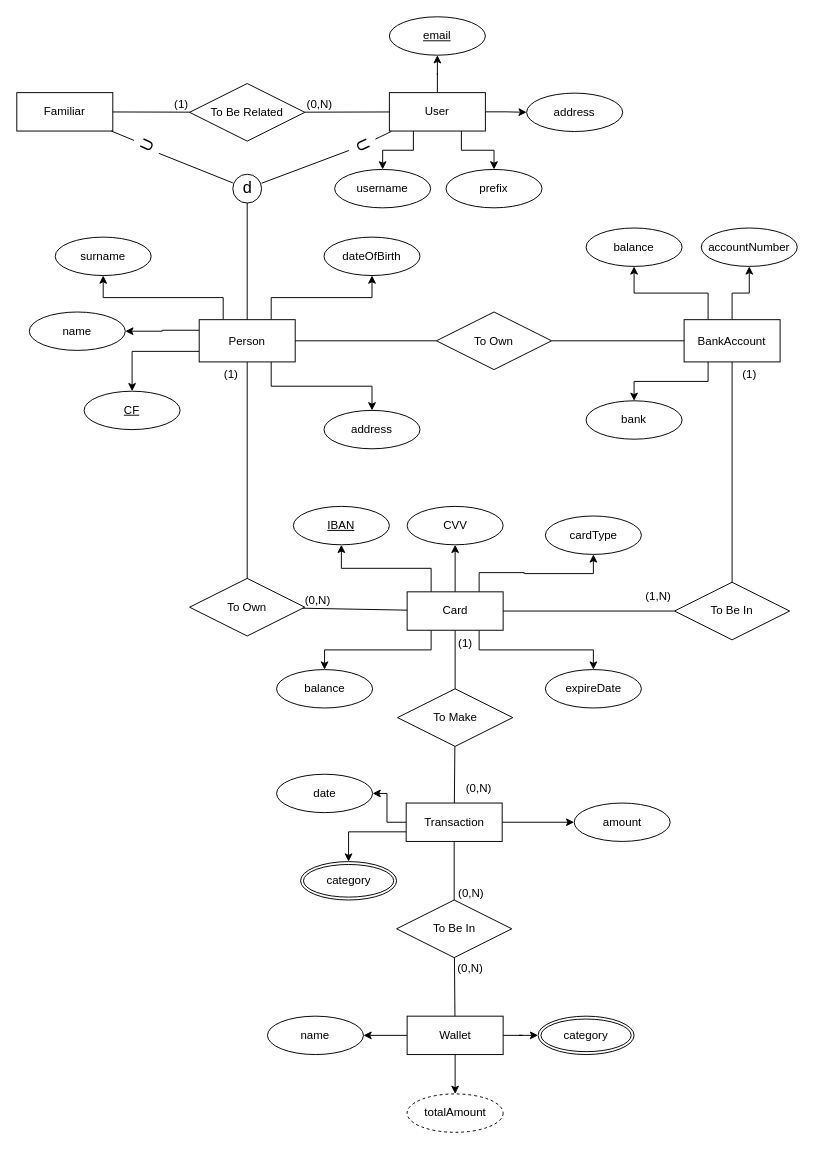
The draw.io diagram Database/Documentation/ERdiagram.drawio in Franwik/SavingMoneyUnina, before the edit. Source tidied: cells renumbered, new cells numbered last; positions are measured from the earlier drawing's top-left corner, leaving out a move shared by most shapes. Both pictures are drawn from the tidied source at 96%, with x=0, y=0 at pixel (16, 16).
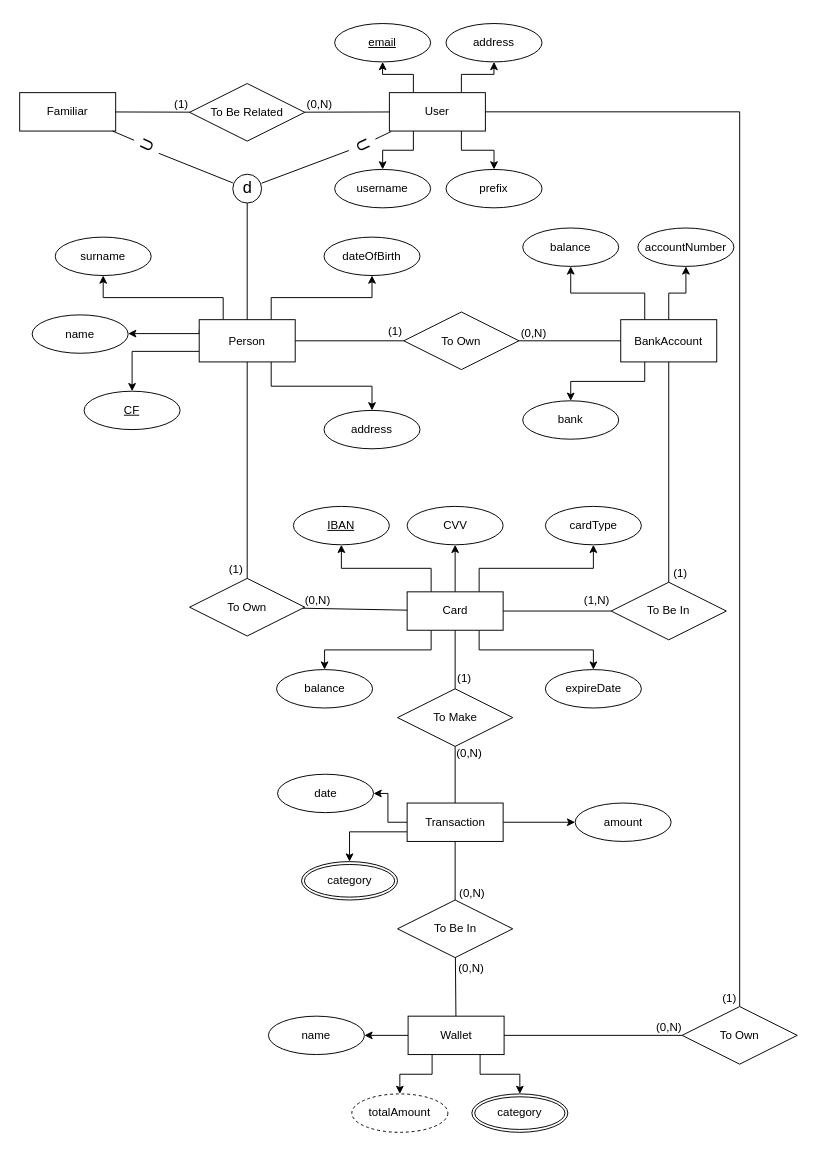
After the change.

The change refers to these unchanged cells:
```xml
<mxCell id="20" value="User" style="whiteSpace=wrap;html=1;align=center;" parent="1" vertex="1">
  <mxGeometry x="388.1" y="79" width="100" height="40" as="geometry" />
</mxCell>
<mxCell id="26" value="Person" style="whiteSpace=wrap;html=1;align=center;" parent="1" vertex="1">
  <mxGeometry x="190" y="315.5" width="100" height="44" as="geometry" />
</mxCell>
```

The edit, as a diff of the source:
```diff
@@
     <mxCell id="5" value="Transaction" style="whiteSpace=wrap;html=1;align=center;" parent="1" vertex="1">
-      <mxGeometry x="405.6" y="819" width="100" height="40" as="geometry" />
+      <mxGeometry x="406.6" y="819" width="100" height="40" as="geometry" />
     </mxCell>
@@
-    <mxCell id="7" style="edgeStyle=orthogonalEdgeStyle;rounded=0;jettySize=auto;html=1;exitX=0.5;exitY=1;exitDx=0;exitDy=0;" parent="1" edge="1" source="9" target="57">
+    <mxCell id="7" style="edgeStyle=orthogonalEdgeStyle;rounded=0;jettySize=auto;html=1;exitX=0.25;exitY=1;exitDx=0;exitDy=0;" parent="1" edge="1" source="9" target="57">
       <mxGeometry relative="1" as="geometry" />
     </mxCell>
-    <mxCell id="8" style="edgeStyle=orthogonalEdgeStyle;rounded=0;jettySize=auto;html=1;exitX=1;exitY=0.5;exitDx=0;exitDy=0;" parent="1" edge="1" source="9" target="61">
+    <mxCell id="8" style="edgeStyle=orthogonalEdgeStyle;rounded=0;jettySize=auto;html=1;exitX=0.75;exitY=1;exitDx=0;exitDy=0;" parent="1" edge="1" source="9" target="61">
       <mxGeometry relative="1" as="geometry" />
     </mxCell>
     <mxCell id="9" value="Wallet" style="whiteSpace=wrap;html=1;align=center;" parent="1" vertex="1">
-      <mxGeometry x="406.6" y="1041" width="100" height="40" as="geometry" />
+      <mxGeometry x="407.6" y="1041" width="100" height="40" as="geometry" />
     </mxCell>
@@
-    <mxCell id="18" style="edgeStyle=orthogonalEdgeStyle;rounded=0;jettySize=auto;html=1;exitX=0.5;exitY=0;exitDx=0;exitDy=0;" parent="1" edge="1" source="20" target="46">
-      <mxGeometry relative="1" as="geometry" />
+    <mxCell id="18" style="edgeStyle=orthogonalEdgeStyle;rounded=0;jettySize=auto;html=1;exitX=0.25;exitY=0;exitDx=0;exitDy=0;" parent="1" edge="1" source="20" target="46">
+      <mxGeometry relative="1" as="geometry">
+        <Array as="points">
+          <mxPoint x="413" y="60" />
+          <mxPoint x="381" y="60" />
+        </Array>
+      </mxGeometry>
     </mxCell>
-    <mxCell id="19" style="edgeStyle=orthogonalEdgeStyle;rounded=0;jettySize=auto;html=1;exitX=1;exitY=0.5;exitDx=0;exitDy=0;" parent="1" edge="1" source="20" target="68">
-      <mxGeometry relative="1" as="geometry" />
+    <mxCell id="19" style="edgeStyle=orthogonalEdgeStyle;rounded=0;jettySize=auto;html=1;exitX=0.75;exitY=0;exitDx=0;exitDy=0;" parent="1" edge="1" source="20" target="68">
+      <mxGeometry relative="1" as="geometry">
+        <Array as="points">
+          <mxPoint x="463" y="60" />
+          <mxPoint x="497" y="60" />
+        </Array>
+      </mxGeometry>
     </mxCell>
@@
     <mxCell id="25" style="edgeStyle=orthogonalEdgeStyle;rounded=0;jettySize=auto;html=1;exitX=0;exitY=0.25;exitDx=0;exitDy=0;" parent="1" edge="1" source="26" target="42">
-      <mxGeometry relative="1" as="geometry" />
+      <mxGeometry relative="1" as="geometry">
+        <Array as="points">
+          <mxPoint x="190" y="330" />
+        </Array>
+      </mxGeometry>
     </mxCell>
@@
     <mxCell id="27" value="Familiar" style="whiteSpace=wrap;html=1;align=center;" parent="1" vertex="1">
-      <mxGeometry y="79" width="100" height="40" as="geometry" />
+      <mxGeometry x="3" y="79" width="100" height="40" as="geometry" />
     </mxCell>
@@
     <mxCell id="35" value="To Own" style="shape=rhombus;perimeter=rhombusPerimeter;whiteSpace=wrap;html=1;align=center;" parent="1" vertex="1">
-      <mxGeometry x="437.1" y="307.5" width="120" height="60" as="geometry" />
+      <mxGeometry x="403.1" y="307.5" width="120" height="60" as="geometry" />
     </mxCell>
@@
     <mxCell id="39" value="To Be In" style="shape=rhombus;perimeter=rhombusPerimeter;whiteSpace=wrap;html=1;align=center;" parent="1" vertex="1">
-      <mxGeometry x="395.6" y="920" width="120" height="60" as="geometry" />
+      <mxGeometry x="396.6" y="920" width="120" height="60" as="geometry" />
     </mxCell>
@@
     <mxCell id="42" value="name" style="ellipse;whiteSpace=wrap;html=1;align=center;" parent="1" vertex="1">
-      <mxGeometry x="13" y="307.5" width="100" height="40" as="geometry" />
+      <mxGeometry x="16" y="310.5" width="100" height="40" as="geometry" />
     </mxCell>
@@
     <mxCell id="46" value="email" style="ellipse;whiteSpace=wrap;html=1;align=center;fontStyle=4;" parent="1" vertex="1">
-      <mxGeometry x="388.1" width="100" height="40" as="geometry" />
+      <mxGeometry x="331.1" y="7" width="100" height="40" as="geometry" />
     </mxCell>
@@
     <mxCell id="54" value="date" style="ellipse;whiteSpace=wrap;html=1;align=center;" parent="1" vertex="1">
-      <mxGeometry x="270.6" y="789" width="100" height="40" as="geometry" />
+      <mxGeometry x="271.6" y="789" width="100" height="40" as="geometry" />
     </mxCell>
     <mxCell id="55" value="amount" style="ellipse;whiteSpace=wrap;html=1;align=center;" parent="1" vertex="1">
-      <mxGeometry x="580.6" y="819" width="100" height="40" as="geometry" />
+      <mxGeometry x="581.6" y="819" width="100" height="40" as="geometry" />
     </mxCell>
     <mxCell id="56" value="name" style="ellipse;whiteSpace=wrap;html=1;align=center;" parent="1" vertex="1">
-      <mxGeometry x="261.1" y="1041" width="100" height="40" as="geometry" />
+      <mxGeometry x="262.1" y="1041" width="100" height="40" as="geometry" />
     </mxCell>
     <mxCell id="57" value="totalAmount" style="ellipse;whiteSpace=wrap;html=1;align=center;dashed=1;" parent="1" vertex="1">
-      <mxGeometry x="406.6" y="1122" width="100" height="40" as="geometry" />
+      <mxGeometry x="349" y="1122" width="100" height="40" as="geometry" />
     </mxCell>
@@
     <mxCell id="59" value="cardType" style="ellipse;whiteSpace=wrap;html=1;align=center;" parent="1" vertex="1">
-      <mxGeometry x="550.6" y="520" width="100" height="40" as="geometry" />
+      <mxGeometry x="550.6" y="510" width="100" height="40" as="geometry" />
     </mxCell>
@@
     <mxCell id="61" value="category" style="ellipse;shape=doubleEllipse;margin=3;whiteSpace=wrap;html=1;align=center;" parent="1" vertex="1">
-      <mxGeometry x="543" y="1041" width="100" height="40" as="geometry" />
+      <mxGeometry x="474" y="1122" width="100" height="40" as="geometry" />
     </mxCell>
     <mxCell id="62" value="category" style="ellipse;shape=doubleEllipse;margin=3;whiteSpace=wrap;html=1;align=center;" parent="1" vertex="1">
-      <mxGeometry x="295.6" y="880" width="100" height="40" as="geometry" />
+      <mxGeometry x="296.6" y="880" width="100" height="40" as="geometry" />
     </mxCell>
@@
     <mxCell id="68" value="address" style="ellipse;whiteSpace=wrap;html=1;align=center;" parent="1" vertex="1">
-      <mxGeometry x="531.1" y="79.5" width="100" height="40" as="geometry" />
+      <mxGeometry x="447.1" y="7" width="100" height="40" as="geometry" />
     </mxCell>
@@
     <mxCell id="73" value="BankAccount" style="whiteSpace=wrap;html=1;align=center;" parent="1" vertex="1">
-      <mxGeometry x="695.1" y="315.5" width="100" height="44" as="geometry" />
+      <mxGeometry x="629.1" y="315.5" width="100" height="44" as="geometry" />
     </mxCell>
@@
     <mxCell id="75" value="balance" style="ellipse;whiteSpace=wrap;html=1;align=center;" parent="1" vertex="1">
-      <mxGeometry x="593" y="220" width="100" height="40" as="geometry" />
+      <mxGeometry x="527" y="220" width="100" height="40" as="geometry" />
     </mxCell>
     <mxCell id="76" value="accountNumber" style="ellipse;whiteSpace=wrap;html=1;align=center;" parent="1" vertex="1">
-      <mxGeometry x="713" y="220" width="100" height="40" as="geometry" />
+      <mxGeometry x="647" y="220" width="100" height="40" as="geometry" />
     </mxCell>
@@
     <mxCell id="78" value="To Be In" style="shape=rhombus;perimeter=rhombusPerimeter;whiteSpace=wrap;html=1;align=center;" parent="1" vertex="1">
-      <mxGeometry x="685.1" y="589" width="120" height="60" as="geometry" />
+      <mxGeometry x="619.1" y="589" width="120" height="60" as="geometry" />
     </mxCell>
@@
     <mxCell id="81" value="bank" style="ellipse;whiteSpace=wrap;html=1;align=center;" parent="1" vertex="1">
-      <mxGeometry x="593" y="400" width="100" height="40" as="geometry" />
+      <mxGeometry x="527" y="400" width="100" height="40" as="geometry" />
     </mxCell>
     <mxCell id="82" value="(1)" style="text;html=1;align=center;verticalAlign=middle;strokeColor=none;fillColor=none;" parent="1" vertex="1">
-      <mxGeometry x="203" y="357.5" width="40" height="30" as="geometry" />
+      <mxGeometry x="208" y="561" width="40" height="30" as="geometry" />
     </mxCell>
     <mxCell id="83" value="(1,N)" style="text;html=1;align=center;verticalAlign=middle;strokeColor=none;fillColor=none;" parent="1" vertex="1">
-      <mxGeometry x="643" y="589" width="50" height="30" as="geometry" />
+      <mxGeometry x="579" y="593" width="50" height="30" as="geometry" />
     </mxCell>
     <mxCell id="84" value="(1)" style="text;html=1;align=center;verticalAlign=middle;strokeColor=none;fillColor=none;" parent="1" vertex="1">
-      <mxGeometry x="743" y="357.5" width="40" height="30" as="geometry" />
+      <mxGeometry x="671" y="565" width="40" height="30" as="geometry" />
     </mxCell>
     <mxCell id="85" value="(1)" style="text;html=1;align=center;verticalAlign=middle;strokeColor=none;fillColor=none;" parent="1" vertex="1">
-      <mxGeometry x="447.1" y="638" width="40" height="30" as="geometry" />
+      <mxGeometry x="446.1" y="674" width="40" height="30" as="geometry" />
     </mxCell>
     <mxCell id="86" value="(0,N)" style="text;html=1;align=center;verticalAlign=middle;strokeColor=none;fillColor=none;" parent="1" vertex="1">
-      <mxGeometry x="455.6" y="789" width="50" height="30" as="geometry" />
+      <mxGeometry x="446.1" y="753" width="50" height="30" as="geometry" />
     </mxCell>
@@
     <mxCell id="91" value="(0,N)" style="text;html=1;align=center;verticalAlign=middle;strokeColor=none;fillColor=none;" parent="1" vertex="1">
-      <mxGeometry x="448" y="898" width="50" height="30" as="geometry" />
+      <mxGeometry x="449" y="898" width="50" height="30" as="geometry" />
     </mxCell>
+    <mxCell id="92" value="(0,N)" style="html=1;whiteSpace=wrap;align=right;verticalAlign=bottom;" parent="1" vertex="1">
+      <mxGeometry x="553" y="337.5" as="geometry" />
+    </mxCell>
+    <mxCell id="93" value="(1)" style="text;html=1;align=center;verticalAlign=middle;strokeColor=none;fillColor=none;" parent="1" vertex="1">
+      <mxGeometry x="373.6" y="312.5" width="40" height="30" as="geometry" />
+    </mxCell>
+    <mxCell id="94" value="To Own" style="shape=rhombus;perimeter=rhombusPerimeter;whiteSpace=wrap;html=1;align=center;" parent="1" vertex="1">
+      <mxGeometry x="693" y="1031" width="120" height="60" as="geometry" />
+    </mxCell>
+    <mxCell id="95" style="endArrow=none;html=1;rounded=0;exitX=0;exitY=0.5;exitDx=0;exitDy=0;entryX=1;entryY=0.5;entryDx=0;entryDy=0;" parent="1" edge="1" source="94" target="9">
+      <mxGeometry relative="1" as="geometry" />
+    </mxCell>
+    <mxCell id="96" value="(0,N)" style="html=1;whiteSpace=wrap;align=right;verticalAlign=bottom;" parent="95" vertex="1">
+      <mxGeometry x="1" relative="1" as="geometry">
+        <mxPoint x="186" as="offset" />
+      </mxGeometry>
+    </mxCell>
+    <mxCell id="97" style="endArrow=none;html=1;rounded=0;exitX=0.5;exitY=0;exitDx=0;exitDy=0;" parent="1" edge="1" source="94">
+      <mxGeometry relative="1" as="geometry">
+        <mxPoint x="753" y="99" as="targetPoint" />
+      </mxGeometry>
+    </mxCell>
+    <mxCell id="98" value="(1)" style="html=1;whiteSpace=wrap;align=right;verticalAlign=bottom;" parent="97" vertex="1">
+      <mxGeometry x="1" relative="1" as="geometry">
+        <mxPoint x="-2" y="932" as="offset" />
+      </mxGeometry>
+    </mxCell>
+    <mxCell id="99" style="endArrow=none;html=1;rounded=0;entryX=1;entryY=0.5;entryDx=0;entryDy=0;" parent="1" edge="1" target="20">
+      <mxGeometry relative="1" as="geometry">
+        <mxPoint x="753" y="99" as="sourcePoint" />
+      </mxGeometry>
+    </mxCell>
```
